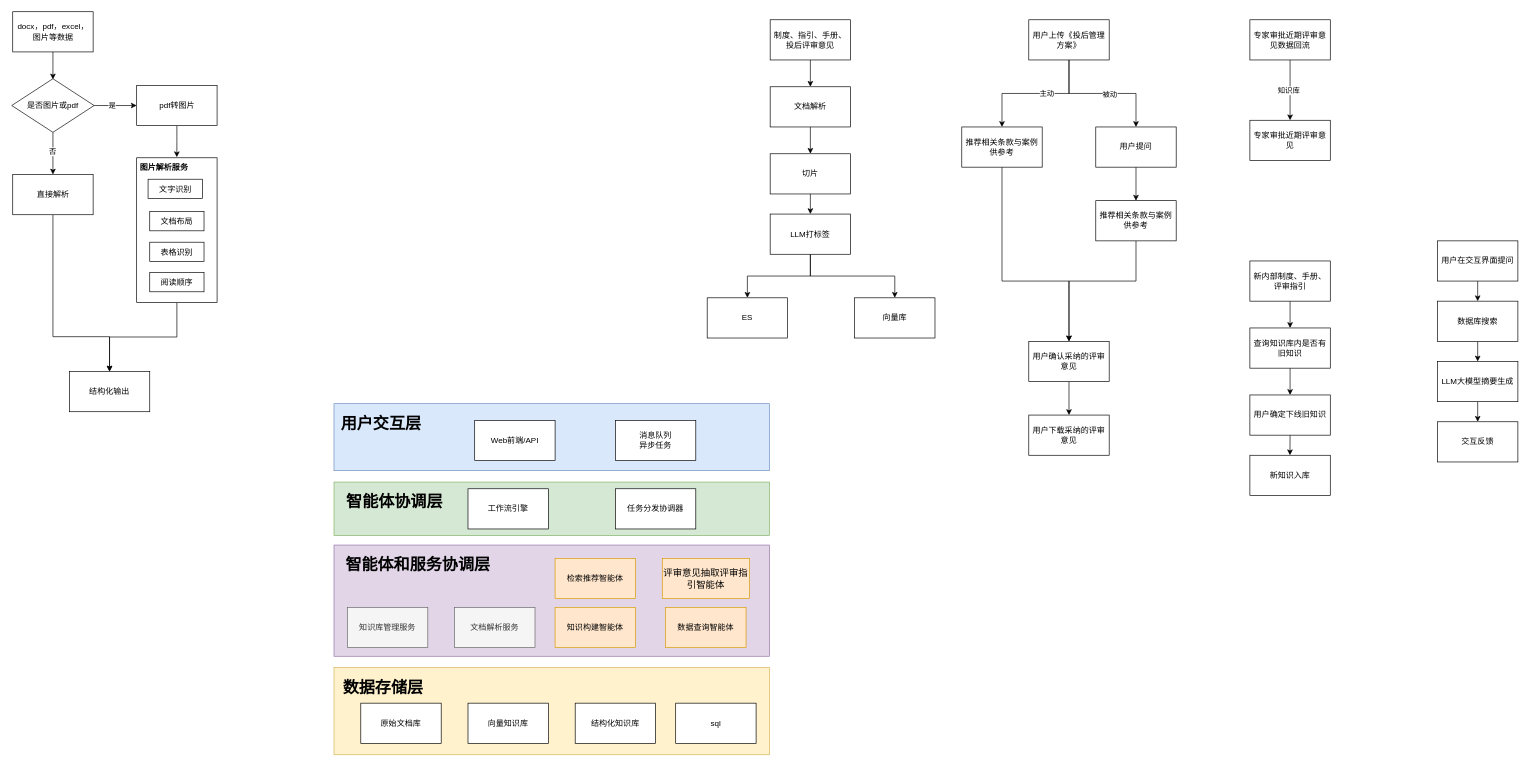
archwolf118/AI keeps this draw.io diagram as 未命名绘图.drawio. Above is the earlier version. Source tidied: cells renumbered, new cells numbered last; positions are measured from the earlier drawing's top-left corner, leaving out a move shared by most shapes. Both pictures are drawn from the tidied source at 67%, with x=0, y=0 at pixel (11, 11).
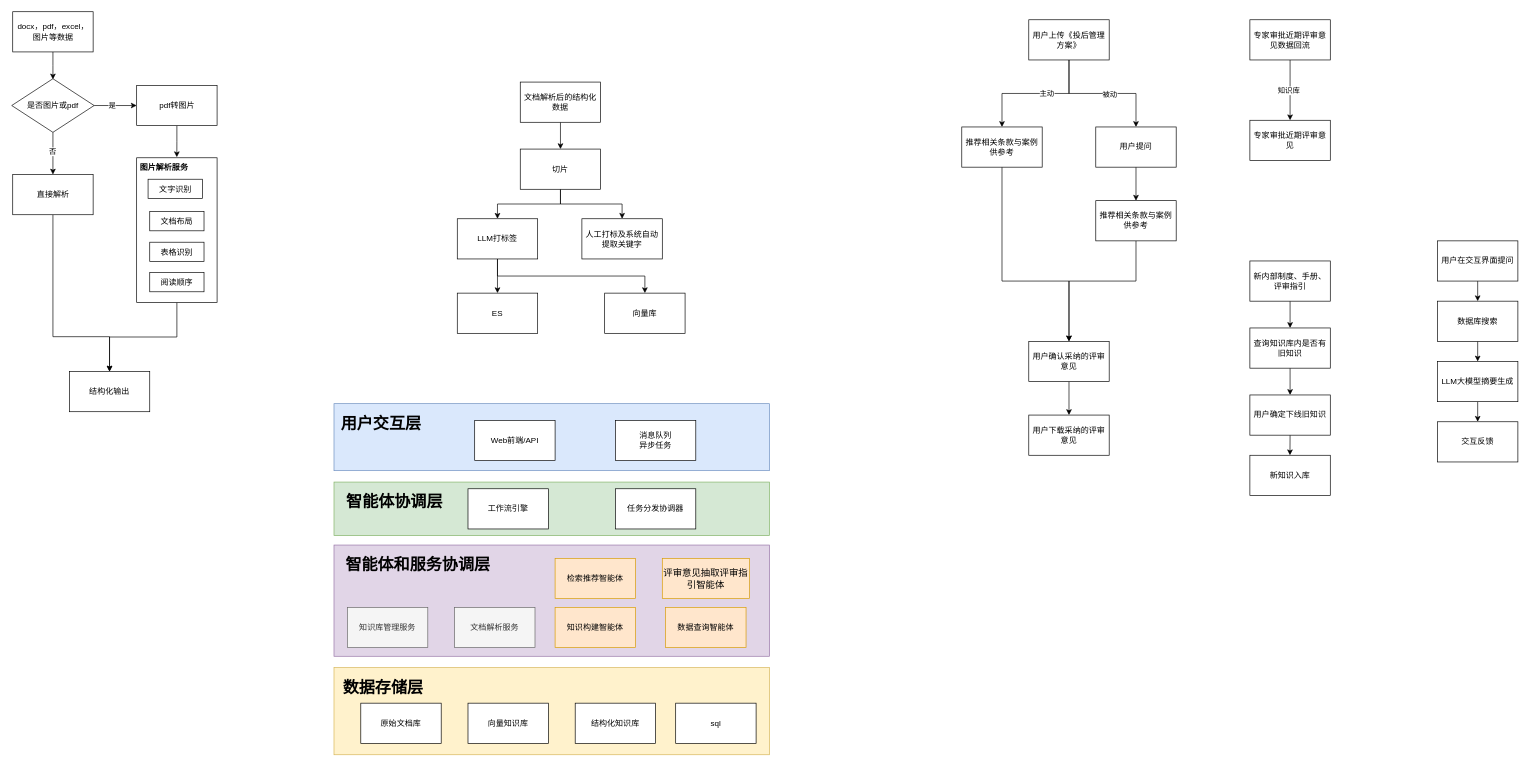
The same page after the edit.

Commit message:
更新未命名绘图.drawio

The edit, as a diff of the source:
```diff
@@
-    <mxCell id="4" style="edgeStyle=orthogonalEdgeStyle;rounded=0;jettySize=auto;html=1;exitX=0.5;exitY=1;exitDx=0;exitDy=0;entryX=0.5;entryY=0;entryDx=0;entryDy=0;" parent="1" edge="1" source="5" target="7">
-      <mxGeometry relative="1" as="geometry" />
-    </mxCell>
-    <mxCell id="5" value="制度、指引、手册、投后评审意见" style="rounded=0;whiteSpace=wrap;html=1;" parent="1" vertex="1">
-      <mxGeometry x="1132" y="12" width="120" height="60" as="geometry" />
-    </mxCell>
@@
-    <mxCell id="7" value="文档解析" style="rounded=0;whiteSpace=wrap;html=1;" parent="1" vertex="1">
-      <mxGeometry x="1132" y="112" width="120" height="60" as="geometry" />
+    <mxCell id="7" value="文档解析后的结构化数据" style="rounded=0;whiteSpace=wrap;html=1;" parent="1" vertex="1">
+      <mxGeometry x="759" y="105" width="120" height="60" as="geometry" />
     </mxCell>
@@
+    <mxCell id="86" style="edgeStyle=orthogonalEdgeStyle;rounded=0;jettySize=auto;html=1;exitX=0.5;exitY=1;exitDx=0;exitDy=0;" parent="1" edge="1" source="9" target="87">
+      <mxGeometry relative="1" as="geometry" />
+    </mxCell>
     <mxCell id="9" value="切片" style="rounded=0;whiteSpace=wrap;html=1;" parent="1" vertex="1">
-      <mxGeometry x="1132" y="212" width="120" height="60" as="geometry" />
+      <mxGeometry x="759" y="205" width="120" height="60" as="geometry" />
     </mxCell>
@@
     <mxCell id="12" value="LLM打标签" style="rounded=0;whiteSpace=wrap;html=1;" parent="1" vertex="1">
-      <mxGeometry x="1132" y="302" width="120" height="60" as="geometry" />
+      <mxGeometry x="665" y="309" width="120" height="60" as="geometry" />
     </mxCell>
     <mxCell id="13" value="ES" style="rounded=0;whiteSpace=wrap;html=1;" parent="1" vertex="1">
-      <mxGeometry x="1038" y="427" width="120" height="60" as="geometry" />
+      <mxGeometry x="665" y="420" width="120" height="60" as="geometry" />
     </mxCell>
     <mxCell id="14" value="向量库" style="rounded=0;whiteSpace=wrap;html=1;" parent="1" vertex="1">
-      <mxGeometry x="1258" y="427" width="120" height="60" as="geometry" />
+      <mxGeometry x="885" y="420" width="120" height="60" as="geometry" />
     </mxCell>
@@
+    <mxCell id="87" value="人工打标及系统自动提取关键字" style="rounded=0;whiteSpace=wrap;html=1;" parent="1" vertex="1">
+      <mxGeometry x="851" y="309" width="120" height="60" as="geometry" />
+    </mxCell>
```
